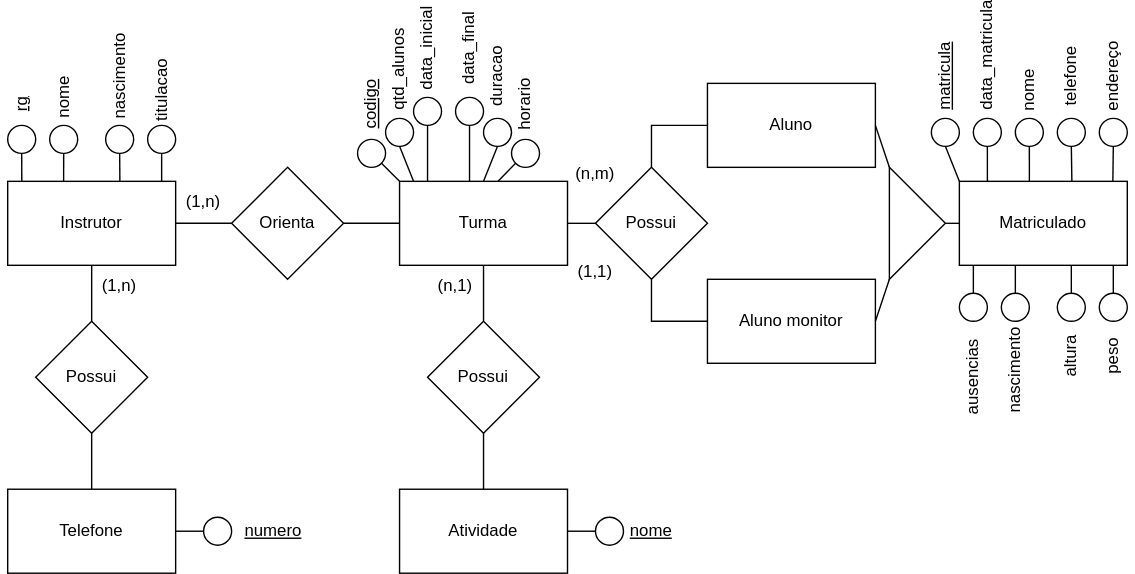
The draw.io diagram Lista3_11-04/Ex4.svg in andreeeeeeeee/Engenharia_Software, before a commit. Source tidied: cells renumbered, new cells last; positions are measured from the earlier drawing's top-left corner, leaving out a move shared by most shapes.
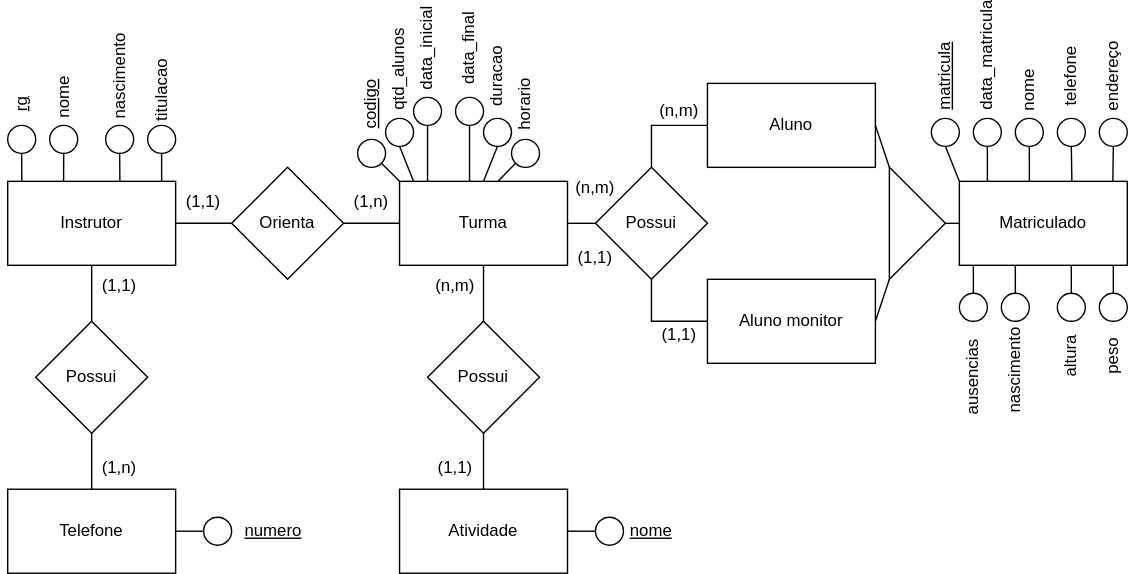
The same file after the commit.

The edit, as a diff of the source:
```diff
@@ -31,10 +31,10 @@
       <mxGeometry x="300" y="110" width="120" height="60" as="geometry" />
     </mxCell>
     <mxCell id="10" value="(n,m)" style="text;html=1;strokeColor=none;fillColor=none;align=center;verticalAlign=middle;whiteSpace=wrap;rounded=0;" parent="1" vertex="1">
-      <mxGeometry x="410" y="90" width="60" height="30" as="geometry" />
+      <mxGeometry x="410" y="100" width="60" height="30" as="geometry" />
     </mxCell>
     <mxCell id="11" value="(1,1)" style="text;html=1;strokeColor=none;fillColor=none;align=center;verticalAlign=middle;whiteSpace=wrap;rounded=0;" parent="1" vertex="1">
-      <mxGeometry x="410" y="160" width="60" height="30" as="geometry" />
+      <mxGeometry x="410" y="150" width="60" height="30" as="geometry" />
     </mxCell>
     <mxCell id="12" value="Possui" style="rhombus;whiteSpace=wrap;html=1;" parent="1" vertex="1">
       <mxGeometry x="320" y="210" width="80" height="80" as="geometry" />
@@ -48,7 +48,7 @@
     <mxCell id="15" style="endArrow=none;html=1;rounded=0;exitX=0.5;exitY=0;exitDx=0;exitDy=0;entryX=0.5;entryY=1;entryDx=0;entryDy=0;" parent="1" edge="1" source="13" target="12">
       <mxGeometry relative="1" as="geometry" />
     </mxCell>
-    <mxCell id="16" value="(n,1)" style="text;html=1;strokeColor=none;fillColor=none;align=center;verticalAlign=middle;whiteSpace=wrap;rounded=0;" parent="1" vertex="1">
+    <mxCell id="16" value="(n,m)" style="text;html=1;strokeColor=none;fillColor=none;align=center;verticalAlign=middle;whiteSpace=wrap;rounded=0;" parent="1" vertex="1">
       <mxGeometry x="310" y="170" width="60" height="30" as="geometry" />
     </mxCell>
     <mxCell id="17" value="Orienta" style="rhombus;whiteSpace=wrap;html=1;" parent="1" vertex="1">
@@ -63,7 +63,7 @@
     <mxCell id="20" style="endArrow=none;html=1;rounded=0;entryX=0;entryY=0.5;entryDx=0;entryDy=0;exitX=1;exitY=0.5;exitDx=0;exitDy=0;" parent="1" edge="1" source="18" target="17">
       <mxGeometry relative="1" as="geometry" />
     </mxCell>
-    <mxCell id="21" value="(1,n)" style="text;html=1;strokeColor=none;fillColor=none;align=center;verticalAlign=middle;whiteSpace=wrap;rounded=0;" parent="1" vertex="1">
+    <mxCell id="21" value="(1,1)" style="text;html=1;strokeColor=none;fillColor=none;align=center;verticalAlign=middle;whiteSpace=wrap;rounded=0;" parent="1" vertex="1">
       <mxGeometry x="130" y="110" width="60" height="30" as="geometry" />
     </mxCell>
     <mxCell id="22" style="ellipse;whiteSpace=wrap;html=1;" parent="1" vertex="1">
@@ -144,7 +144,7 @@
     <mxCell id="47" value="Telefone" style="rounded=0;whiteSpace=wrap;html=1;" parent="1" vertex="1">
       <mxGeometry x="20" y="330" width="120" height="60" as="geometry" />
     </mxCell>
-    <mxCell id="48" value="(1,n)" style="text;html=1;strokeColor=none;fillColor=none;align=center;verticalAlign=middle;whiteSpace=wrap;rounded=0;" parent="1" vertex="1">
+    <mxCell id="48" value="(1,1)" style="text;html=1;strokeColor=none;fillColor=none;align=center;verticalAlign=middle;whiteSpace=wrap;rounded=0;" parent="1" vertex="1">
       <mxGeometry x="70" y="170" width="60" height="30" as="geometry" />
     </mxCell>
     <mxCell id="49" style="endArrow=none;html=1;rounded=0;entryX=0.5;entryY=1;entryDx=0;entryDy=0;exitX=0.5;exitY=0;exitDx=0;exitDy=0;" parent="1" edge="1" source="47" target="46">
@@ -312,5 +312,20 @@
         <mxPoint x="810" y="170" as="targetPoint" />
       </mxGeometry>
     </mxCell>
+    <mxCell id="94" value="(1,n)" style="text;html=1;strokeColor=none;fillColor=none;align=center;verticalAlign=middle;whiteSpace=wrap;rounded=0;" parent="1" vertex="1">
+      <mxGeometry x="250" y="110" width="60" height="30" as="geometry" />
+    </mxCell>
+    <mxCell id="95" value="(1,1)" style="text;html=1;strokeColor=none;fillColor=none;align=center;verticalAlign=middle;whiteSpace=wrap;rounded=0;" parent="1" vertex="1">
+      <mxGeometry x="470" y="205" width="60" height="30" as="geometry" />
+    </mxCell>
+    <mxCell id="96" value="(n,m)" style="text;html=1;strokeColor=none;fillColor=none;align=center;verticalAlign=middle;whiteSpace=wrap;rounded=0;" parent="1" vertex="1">
+      <mxGeometry x="470" y="45" width="60" height="30" as="geometry" />
+    </mxCell>
+    <mxCell id="97" value="(1,n)" style="text;html=1;strokeColor=none;fillColor=none;align=center;verticalAlign=middle;whiteSpace=wrap;rounded=0;" parent="1" vertex="1">
+      <mxGeometry x="70" y="300" width="60" height="30" as="geometry" />
+    </mxCell>
+    <mxCell id="98" value="(1,1)" style="text;html=1;strokeColor=none;fillColor=none;align=center;verticalAlign=middle;whiteSpace=wrap;rounded=0;" parent="1" vertex="1">
+      <mxGeometry x="310" y="300" width="60" height="30" as="geometry" />
+    </mxCell>
   </root>
 </mxGraphModel>
```
